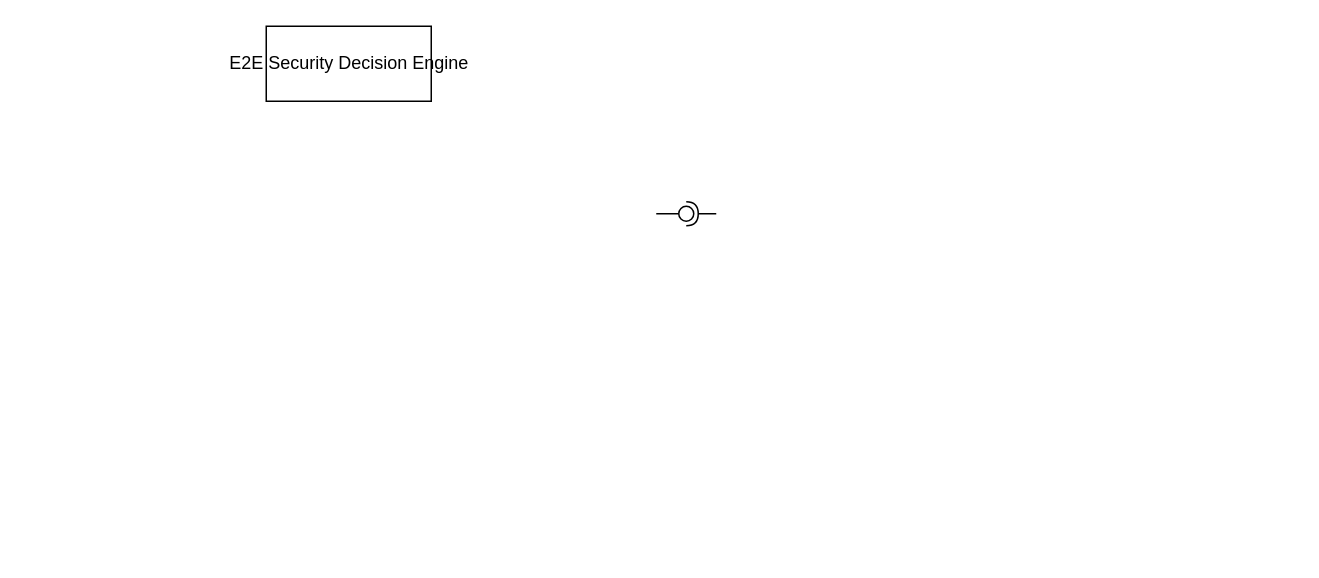
This is Untitled Diagram.drawio from INSPIRE-5Gplus/inspire5gpluswp2architecture, a draw.io file, before an edit. Source tidied: cells renumbered, new cells numbered last; positions are measured from the earlier drawing's top-left corner, leaving out a move shared by most shapes. Both pictures are drawn from the tidied source at 150%, with x=0, y=0 at pixel (266, 26).
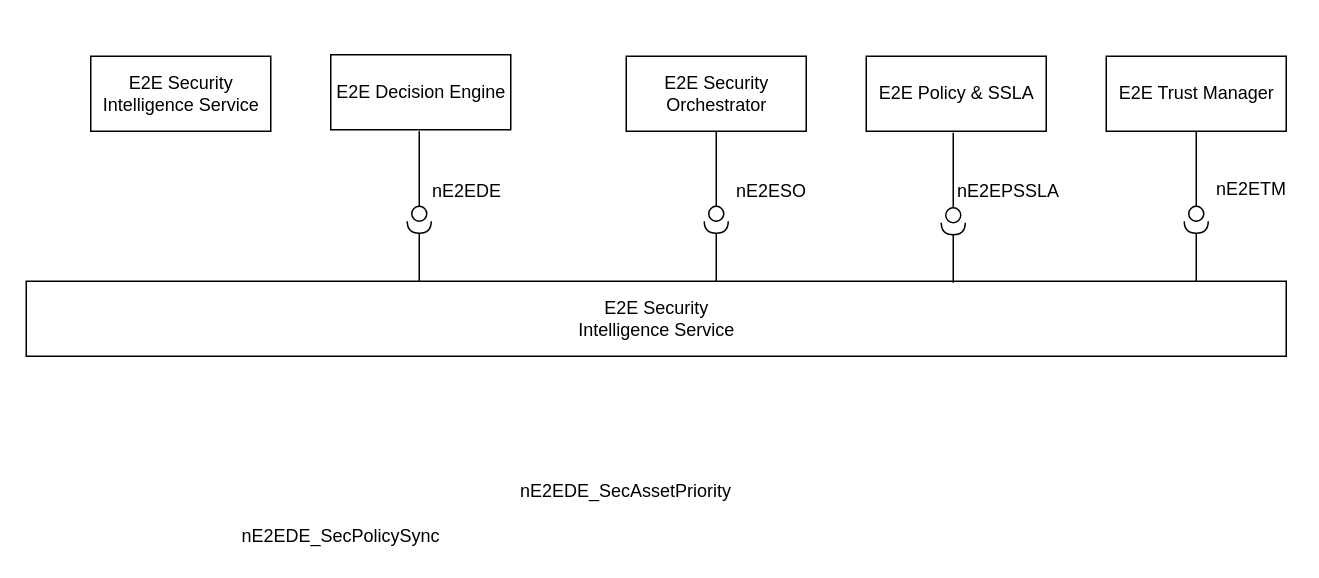
The same diagram, later.

Change to the diagram source:
```diff
@@
-    <mxCell id="2" style="rounded=0;jettySize=auto;html=1;endArrow=none;endFill=0;" parent="1" edge="1" target="4">
-      <mxGeometry relative="1" as="geometry">
-        <mxPoint x="260" y="125" as="sourcePoint" />
-      </mxGeometry>
+    <mxCell id="2" style="rounded=0;jettySize=auto;html=1;endArrow=none;endFill=0;exitX=0.5;exitY=1;exitDx=0;exitDy=0;" parent="1" edge="1" source="7" target="4">
+      <mxGeometry relative="1" as="geometry" />
     </mxCell>
-    <mxCell id="3" style="rounded=0;jettySize=auto;html=1;endArrow=halfCircle;endFill=0;entryX=0.5;entryY=0.5;entryDx=0;entryDy=0;endSize=6;strokeWidth=1;" parent="1" edge="1" target="4">
-      <mxGeometry relative="1" as="geometry">
-        <mxPoint x="300" y="125" as="sourcePoint" />
-      </mxGeometry>
-    </mxCell>
+    <mxCell id="5" value="E2E Security &lt;br&gt;Intelligence Service" style="html=1;" parent="1" vertex="1">
+      <mxGeometry x="-117" y="20" width="120" height="50" as="geometry" />
+    </mxCell>
+    <mxCell id="6" value="E2E Decision Engine" style="html=1;" parent="1" vertex="1">
+      <mxGeometry x="43" y="19" width="120" height="50" as="geometry" />
+    </mxCell>
+    <mxCell id="7" value="E2E Security&lt;br&gt;Orchestrator" style="html=1;" parent="1" vertex="1">
+      <mxGeometry x="240" y="20" width="120" height="50" as="geometry" />
+    </mxCell>
+    <mxCell id="8" value="E2E Policy &amp;amp; SSLA" style="html=1;" parent="1" vertex="1">
+      <mxGeometry x="400" y="20" width="120" height="50" as="geometry" />
+    </mxCell>
+    <mxCell id="9" value="E2E Trust Manager" style="html=1;" parent="1" vertex="1">
+      <mxGeometry x="560" y="20" width="120" height="50" as="geometry" />
+    </mxCell>
+    <mxCell id="10" value="E2E Security &lt;br&gt;Intelligence Service" style="html=1;" parent="1" vertex="1">
+      <mxGeometry x="-160" y="170" width="840" height="50" as="geometry" />
+    </mxCell>
     <mxCell id="4" style="ellipse;whiteSpace=wrap;html=1;fontFamily=Helvetica;fontSize=12;fontColor=#000000;align=center;strokeColor=#000000;fillColor=#ffffff;points=[];" parent="1" vertex="1">
-      <mxGeometry x="275" y="120" width="10" height="10" as="geometry" />
+      <mxGeometry x="295" y="120" width="10" height="10" as="geometry" />
     </mxCell>
-    <mxCell id="5" value="E2E Security Decision Engine" style="html=1;" parent="1" vertex="1">
-      <mxGeometry width="110" height="50" as="geometry" />
-    </mxCell>
+    <mxCell id="11" style="rounded=0;jettySize=auto;html=1;endArrow=halfCircle;endFill=0;endSize=6;strokeWidth=1;" parent="1" edge="1" target="4">
+      <mxGeometry relative="1" as="geometry">
+        <mxPoint x="300" y="170" as="sourcePoint" />
+      </mxGeometry>
+    </mxCell>
+    <mxCell id="12" style="rounded=0;jettySize=auto;html=1;endArrow=none;endFill=0;exitX=0.5;exitY=1;exitDx=0;exitDy=0;" parent="1" edge="1" target="13">
+      <mxGeometry relative="1" as="geometry">
+        <mxPoint x="102" y="70" as="sourcePoint" />
+      </mxGeometry>
+    </mxCell>
+    <mxCell id="13" style="ellipse;whiteSpace=wrap;html=1;fontFamily=Helvetica;fontSize=12;fontColor=#000000;align=center;strokeColor=#000000;fillColor=#ffffff;points=[];" parent="1" vertex="1">
+      <mxGeometry x="97" y="120" width="10" height="10" as="geometry" />
+    </mxCell>
+    <mxCell id="14" style="rounded=0;jettySize=auto;html=1;endArrow=halfCircle;endFill=0;endSize=6;strokeWidth=1;exitX=0.5;exitY=0;exitDx=0;exitDy=0;" parent="1" edge="1" target="13">
+      <mxGeometry relative="1" as="geometry">
+        <mxPoint x="102" y="170" as="sourcePoint" />
+      </mxGeometry>
+    </mxCell>
+    <mxCell id="15" value="nE2EDE_SecPolicySync" style="text;html=1;strokeColor=none;fillColor=none;align=center;verticalAlign=middle;whiteSpace=wrap;rounded=0;" parent="1" vertex="1">
+      <mxGeometry x="-20" y="330" width="140" height="20" as="geometry" />
+    </mxCell>
+    <mxCell id="16" value="nE2EDE" style="text;html=1;strokeColor=none;fillColor=none;align=center;verticalAlign=middle;whiteSpace=wrap;rounded=0;" parent="1" vertex="1">
+      <mxGeometry x="107" y="100" width="54" height="20" as="geometry" />
+    </mxCell>
+    <mxCell id="17" value="nE2EDE_SecAssetPriority" style="text;html=1;strokeColor=none;fillColor=none;align=center;verticalAlign=middle;whiteSpace=wrap;rounded=0;" parent="1" vertex="1">
+      <mxGeometry x="160" y="300" width="160" height="20" as="geometry" />
+    </mxCell>
+    <mxCell id="18" value="nE2ESO" style="text;html=1;strokeColor=none;fillColor=none;align=center;verticalAlign=middle;whiteSpace=wrap;rounded=0;" parent="1" vertex="1">
+      <mxGeometry x="310" y="100" width="54" height="20" as="geometry" />
+    </mxCell>
+    <mxCell id="19" value="nE2EPSSLA" style="text;html=1;strokeColor=none;fillColor=none;align=center;verticalAlign=middle;whiteSpace=wrap;rounded=0;" parent="1" vertex="1">
+      <mxGeometry x="468" y="100" width="54" height="20" as="geometry" />
+    </mxCell>
+    <mxCell id="20" style="rounded=0;jettySize=auto;html=1;endArrow=none;endFill=0;exitX=0.5;exitY=1;exitDx=0;exitDy=0;" parent="1" edge="1" target="21">
+      <mxGeometry relative="1" as="geometry">
+        <mxPoint x="458" y="71" as="sourcePoint" />
+      </mxGeometry>
+    </mxCell>
+    <mxCell id="21" style="ellipse;whiteSpace=wrap;html=1;fontFamily=Helvetica;fontSize=12;fontColor=#000000;align=center;strokeColor=#000000;fillColor=#ffffff;points=[];" parent="1" vertex="1">
+      <mxGeometry x="453" y="121" width="10" height="10" as="geometry" />
+    </mxCell>
+    <mxCell id="22" style="rounded=0;jettySize=auto;html=1;endArrow=halfCircle;endFill=0;endSize=6;strokeWidth=1;" parent="1" edge="1" target="21">
+      <mxGeometry relative="1" as="geometry">
+        <mxPoint x="458" y="171" as="sourcePoint" />
+      </mxGeometry>
+    </mxCell>
+    <mxCell id="23" value="nE2ETM" style="text;html=1;strokeColor=none;fillColor=none;align=center;verticalAlign=middle;whiteSpace=wrap;rounded=0;" parent="1" vertex="1">
+      <mxGeometry x="630" y="99" width="54" height="20" as="geometry" />
+    </mxCell>
+    <mxCell id="24" style="rounded=0;jettySize=auto;html=1;endArrow=none;endFill=0;exitX=0.5;exitY=1;exitDx=0;exitDy=0;" parent="1" edge="1" target="25">
+      <mxGeometry relative="1" as="geometry">
+        <mxPoint x="620" y="70" as="sourcePoint" />
+      </mxGeometry>
+    </mxCell>
+    <mxCell id="25" style="ellipse;whiteSpace=wrap;html=1;fontFamily=Helvetica;fontSize=12;fontColor=#000000;align=center;strokeColor=#000000;fillColor=#ffffff;points=[];" parent="1" vertex="1">
+      <mxGeometry x="615" y="120" width="10" height="10" as="geometry" />
+    </mxCell>
+    <mxCell id="26" style="rounded=0;jettySize=auto;html=1;endArrow=halfCircle;endFill=0;endSize=6;strokeWidth=1;" parent="1" edge="1" target="25">
+      <mxGeometry relative="1" as="geometry">
+        <mxPoint x="620" y="170" as="sourcePoint" />
+      </mxGeometry>
+    </mxCell>
```
